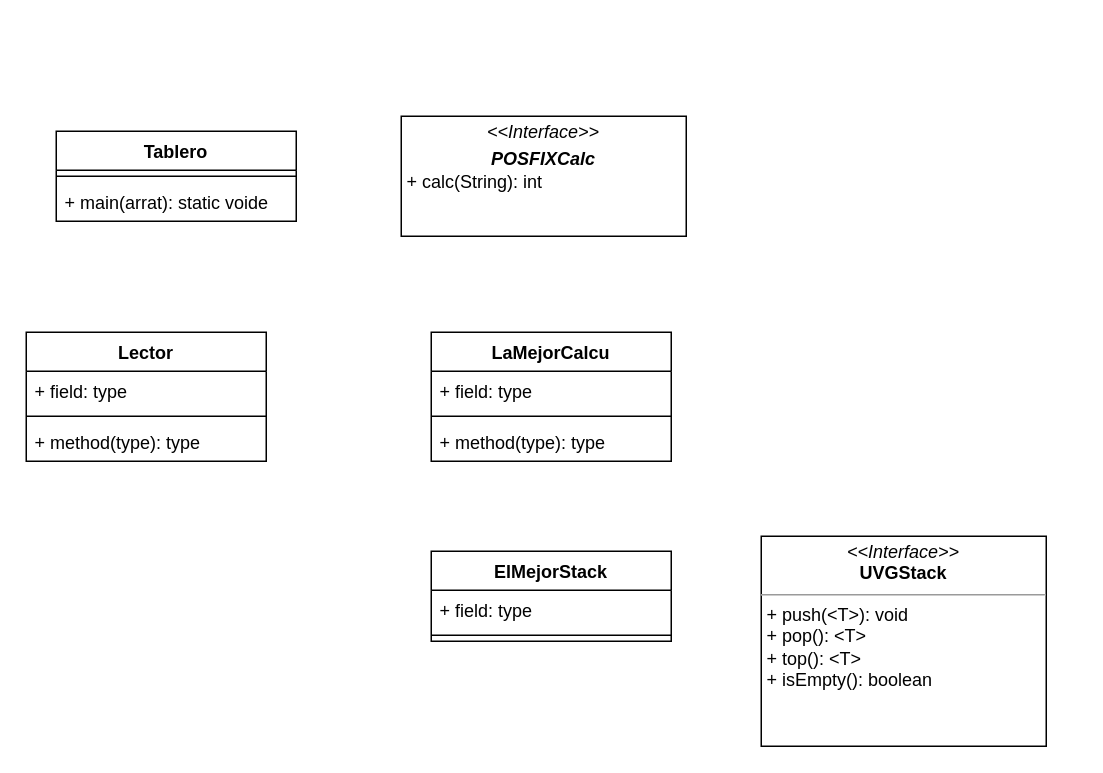
The draw.io diagram UML.drawio in HUG0BA/postfix_calculator, before the edit. Source tidied: cells renumbered, new cells numbered last; positions are measured from the earlier drawing's top-left corner, leaving out a move shared by most shapes. Both pictures are drawn from the tidied source at 150%, with x=0, y=0 at pixel (26, 116).
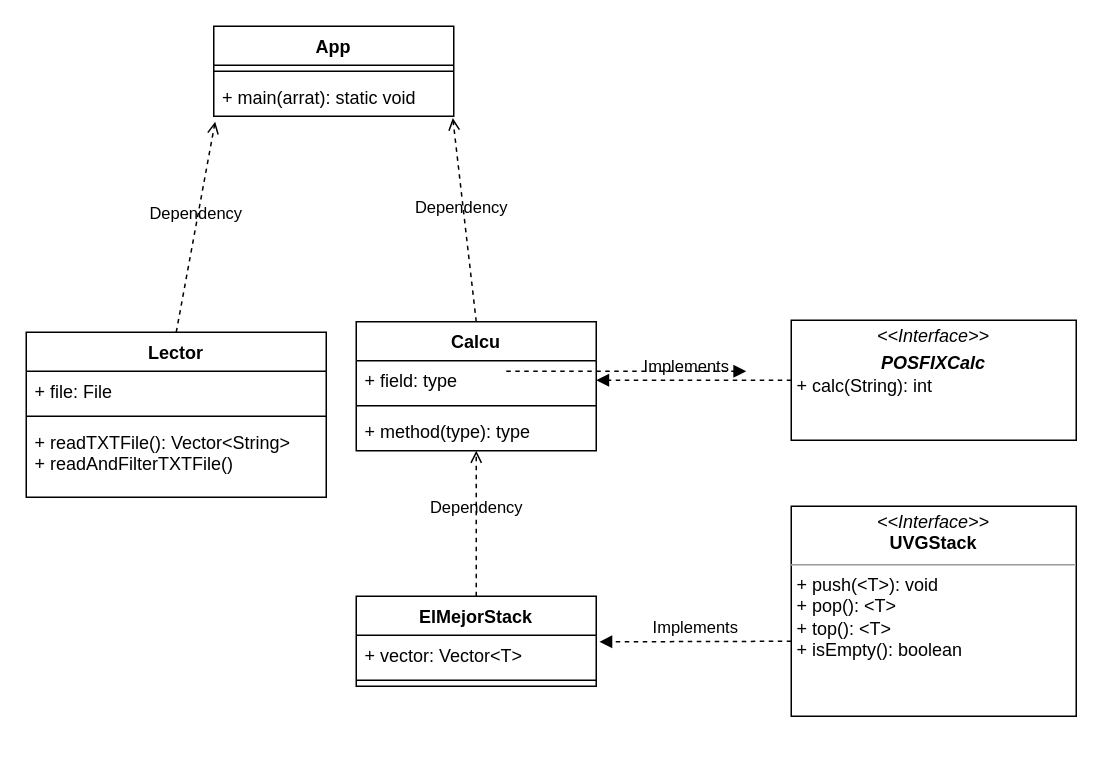
The same diagram, later.

Unchanged cells that the change refers to:
```xml
<mxCell id="8" value="+ field: type" style="text;strokeColor=none;fillColor=none;align=left;verticalAlign=top;spacingLeft=4;spacingRight=4;overflow=hidden;points=[[0,0.5],[1,0.5]];portConstraint=eastwest;" parent="7" vertex="1">
  <mxGeometry y="26" width="160" height="26" as="geometry" />
</mxCell>
<mxCell id="10" value="+ method(type): type" style="text;strokeColor=none;fillColor=none;align=left;verticalAlign=top;spacingLeft=4;spacingRight=4;overflow=hidden;points=[[0,0.5],[1,0.5]];portConstraint=eastwest;" parent="7" vertex="1">
  <mxGeometry y="60" width="160" height="26" as="geometry" />
</mxCell>
```

Diff of the diagram source:
```diff
@@
     <mxCell id="2" value="&lt;p style=&quot;margin:0px;margin-top:4px;text-align:center;&quot;&gt;&lt;i&gt;&amp;lt;&amp;lt;Interface&amp;gt;&amp;gt;&lt;/i&gt;&lt;br&gt;&lt;b&gt;UVGStack&lt;/b&gt;&lt;/p&gt;&lt;hr size=&quot;1&quot;&gt;&lt;p style=&quot;margin:0px;margin-left:4px;&quot;&gt;+ push(&amp;lt;T&amp;gt;): void&lt;br&gt;+ pop(): &amp;lt;T&amp;gt;&lt;/p&gt;&lt;p style=&quot;margin:0px;margin-left:4px;&quot;&gt;+ top(): &amp;lt;T&amp;gt;&lt;/p&gt;&lt;p style=&quot;margin:0px;margin-left:4px;&quot;&gt;+ isEmpty(): boolean&lt;/p&gt;" style="verticalAlign=top;align=left;overflow=fill;fontSize=12;fontFamily=Helvetica;html=1;" parent="1" vertex="1">
-      <mxGeometry x="490" y="280" width="190" height="140" as="geometry" />
+      <mxGeometry x="510" y="260" width="190" height="140" as="geometry" />
     </mxCell>
     <mxCell id="3" value="&lt;p style=&quot;margin:0px;margin-top:4px;text-align:center;&quot;&gt;&lt;i&gt;&amp;lt;&amp;lt;Interface&amp;gt;&amp;gt;&lt;/i&gt;&lt;br&gt;&lt;/p&gt;&lt;p style=&quot;margin:0px;margin-top:4px;text-align:center;&quot;&gt;&lt;i&gt;&lt;b&gt;POSFIXCalc&lt;/b&gt;&lt;/i&gt;&lt;/p&gt;&lt;p style=&quot;margin:0px;margin-left:4px;&quot;&gt;+ calc(String): int&lt;/p&gt;" style="verticalAlign=top;align=left;overflow=fill;fontSize=12;fontFamily=Helvetica;html=1;" parent="1" vertex="1">
-      <mxGeometry x="250" width="190" height="80" as="geometry" />
+      <mxGeometry x="510" y="136" width="190" height="80" as="geometry" />
     </mxCell>
     <mxCell id="4" value="ElMejorStack" style="swimlane;fontStyle=1;align=center;verticalAlign=top;horizontal=1;startSize=26;" parent="1" vertex="1">
-      <mxGeometry x="270" y="290" width="160" height="60" as="geometry" />
+      <mxGeometry x="220" y="320" width="160" height="60" as="geometry" />
     </mxCell>
-    <mxCell id="5" value="+ field: type" style="text;strokeColor=none;fillColor=none;align=left;verticalAlign=top;spacingLeft=4;spacingRight=4;overflow=hidden;points=[[0,0.5],[1,0.5]];portConstraint=eastwest;" parent="4" vertex="1">
+    <mxCell id="5" value="+ vector: Vector&lt;T&gt;" style="text;strokeColor=none;fillColor=none;align=left;verticalAlign=top;spacingLeft=4;spacingRight=4;overflow=hidden;points=[[0,0.5],[1,0.5]];portConstraint=eastwest;" parent="4" vertex="1">
       <mxGeometry y="26" width="160" height="26" as="geometry" />
     </mxCell>
@@
-    <mxCell id="7" value="LaMejorCalcu" style="swimlane;fontStyle=1;align=center;verticalAlign=top;horizontal=1;startSize=26;" parent="1" vertex="1">
-      <mxGeometry x="270" y="144" width="160" height="86" as="geometry" />
+    <mxCell id="7" value="Calcu" style="swimlane;fontStyle=1;align=center;verticalAlign=top;horizontal=1;startSize=26;" parent="1" vertex="1">
+      <mxGeometry x="220" y="137" width="160" height="86" as="geometry" />
     </mxCell>
@@
-    <mxCell id="11" value="Tablero" style="swimlane;fontStyle=1;align=center;verticalAlign=top;horizontal=1;startSize=26;" parent="1" vertex="1">
-      <mxGeometry x="20" y="10" width="160" height="60" as="geometry" />
+    <mxCell id="11" value="App" style="swimlane;fontStyle=1;align=center;verticalAlign=top;horizontal=1;startSize=26;" parent="1" vertex="1">
+      <mxGeometry x="125" y="-60" width="160" height="60" as="geometry" />
     </mxCell>
@@
-    <mxCell id="13" value="+ main(arrat): static voide" style="text;strokeColor=none;fillColor=none;align=left;verticalAlign=top;spacingLeft=4;spacingRight=4;overflow=hidden;points=[[0,0.5],[1,0.5]];portConstraint=eastwest;" parent="11" vertex="1">
+    <mxCell id="13" value="+ main(arrat): static void" style="text;strokeColor=none;fillColor=none;align=left;verticalAlign=top;spacingLeft=4;spacingRight=4;overflow=hidden;points=[[0,0.5],[1,0.5]];portConstraint=eastwest;" parent="11" vertex="1">
       <mxGeometry y="34" width="160" height="26" as="geometry" />
     </mxCell>
     <mxCell id="14" value="Lector" style="swimlane;fontStyle=1;align=center;verticalAlign=top;horizontal=1;startSize=26;" parent="1" vertex="1">
-      <mxGeometry y="144" width="160" height="86" as="geometry" />
+      <mxGeometry y="144" width="200" height="110" as="geometry" />
     </mxCell>
-    <mxCell id="15" value="+ field: type" style="text;strokeColor=none;fillColor=none;align=left;verticalAlign=top;spacingLeft=4;spacingRight=4;overflow=hidden;" parent="14" vertex="1">
-      <mxGeometry y="26" width="160" height="26" as="geometry" />
+    <mxCell id="15" value="+ file: File" style="text;strokeColor=none;fillColor=none;align=left;verticalAlign=top;spacingLeft=4;spacingRight=4;overflow=hidden;" parent="14" vertex="1">
+      <mxGeometry y="26" width="200" height="26" as="geometry" />
     </mxCell>
     <mxCell id="16" style="line;strokeWidth=1;fillColor=none;align=left;verticalAlign=middle;spacingTop=-1;spacingLeft=3;spacingRight=3;labelPosition=right;strokeColor=inherit;" parent="14" vertex="1">
-      <mxGeometry y="52" width="160" height="8" as="geometry" />
+      <mxGeometry y="52" width="200" height="8" as="geometry" />
     </mxCell>
-    <mxCell id="17" value="+ method(type): type" style="text;strokeColor=none;fillColor=none;align=left;verticalAlign=top;spacingLeft=4;spacingRight=4;overflow=hidden;" parent="14" vertex="1">
-      <mxGeometry y="60" width="160" height="26" as="geometry" />
+    <mxCell id="17" value="+ readTXTFile(): Vector&lt;String&gt;&#10;+ readAndFilterTXTFile()" style="text;strokeColor=none;fillColor=none;align=left;verticalAlign=top;spacingLeft=4;spacingRight=4;overflow=hidden;" parent="14" vertex="1">
+      <mxGeometry y="60" width="200" height="50" as="geometry" />
     </mxCell>
+    <mxCell id="18" value="Dependency&lt;br&gt;" style="html=1;verticalAlign=bottom;labelBackgroundColor=none;endArrow=open;endFill=0;dashed=1;exitX=0.5;exitY=0;exitDx=0;exitDy=0;entryX=0.5;entryY=1;entryDx=0;entryDy=0;entryPerimeter=0;" parent="1" edge="1" source="4" target="10">
+      <mxGeometry x="0.03" relative="1" as="geometry" />
+    </mxCell>
+    <mxCell id="19" value="Implements" style="html=1;verticalAlign=bottom;labelBackgroundColor=none;endArrow=block;endFill=1;dashed=1;entryX=1;entryY=0.5;entryDx=0;entryDy=0;exitX=0;exitY=0.5;exitDx=0;exitDy=0;" parent="1" edge="1" source="3" target="8">
+      <mxGeometry x="0.08" relative="1" as="geometry" />
+    </mxCell>
+    <mxCell id="20" value="Implements" style="html=1;verticalAlign=bottom;labelBackgroundColor=none;endArrow=block;endFill=1;dashed=1;entryX=1.013;entryY=0.169;entryDx=0;entryDy=0;entryPerimeter=0;" parent="1" edge="1" target="5">
+      <mxGeometry relative="1" as="geometry">
+        <mxPoint x="510" y="350" as="sourcePoint" />
+      </mxGeometry>
+    </mxCell>
+    <mxCell id="21" style="html=1;verticalAlign=bottom;labelBackgroundColor=none;endArrow=block;endFill=1;dashed=1;" parent="1" edge="1">
+      <mxGeometry relative="1" as="geometry">
+        <mxPoint x="320" y="170" as="sourcePoint" />
+        <mxPoint x="480" y="170" as="targetPoint" />
+      </mxGeometry>
+    </mxCell>
+    <mxCell id="22" value="Dependency" style="html=1;verticalAlign=bottom;labelBackgroundColor=none;endArrow=open;endFill=0;dashed=1;exitX=0.5;exitY=0;exitDx=0;exitDy=0;entryX=0.006;entryY=1.138;entryDx=0;entryDy=0;entryPerimeter=0;" parent="1" edge="1" source="14" target="13">
+      <mxGeometry relative="1" as="geometry" />
+    </mxCell>
+    <mxCell id="23" value="Dependency&lt;br&gt;" style="html=1;verticalAlign=bottom;labelBackgroundColor=none;endArrow=open;endFill=0;dashed=1;entryX=0.996;entryY=1.046;entryDx=0;entryDy=0;entryPerimeter=0;exitX=0.5;exitY=0;exitDx=0;exitDy=0;" parent="1" edge="1" source="7" target="13">
+      <mxGeometry x="-0.01" y="2" relative="1" as="geometry" />
+    </mxCell>
```
